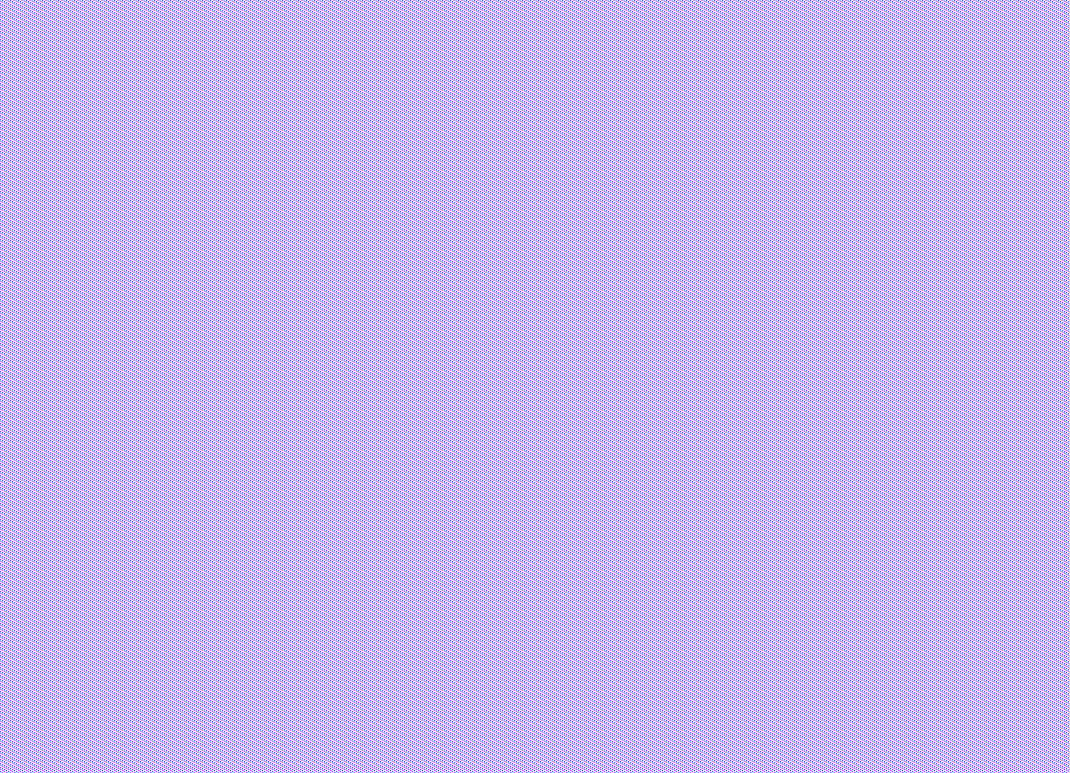
Before: Composition-illustration.drawio.drawio.png, a diagram exported from draw.io (jornmarh/Master). Source tidied: cells renumbered, new cells last; positions are measured from the earlier drawing's top-left corner, leaving out a move shared by most shapes. The source it was exported from:
```xml
<mxGraphModel>
  <root>
    <mxCell id="0" />
    <mxCell id="1" parent="0" />
    <mxCell id="2" style="whiteSpace=wrap;fillColor=#12AAB5;gradientColor=none;gradientDirection=east;strokeColor=none;html=1;fontColor=#23445d;" parent="1" vertex="1">
      <mxGeometry x="99.5" y="610.5" width="120" height="130" as="geometry" />
    </mxCell>
    <mxCell id="3" style="whiteSpace=wrap;fillColor=#12AAB5;gradientColor=none;gradientDirection=east;strokeColor=none;html=1;fontColor=#23445d;" parent="1" vertex="1">
      <mxGeometry x="299.5" y="690.5" width="120" height="50" as="geometry" />
    </mxCell>
    <mxCell id="4" style="whiteSpace=wrap;fillColor=#12AAB5;gradientColor=none;gradientDirection=east;strokeColor=none;html=1;fontColor=#23445d;" parent="1" vertex="1">
      <mxGeometry x="499.5" y="640.5" width="120" height="100" as="geometry" />
    </mxCell>
    <mxCell id="5" style="whiteSpace=wrap;fillColor=#12AAB5;gradientColor=none;gradientDirection=east;strokeColor=none;html=1;fontColor=#23445d;" parent="1" vertex="1">
      <mxGeometry x="699.5" y="570.5" width="120" height="170" as="geometry" />
    </mxCell>
    <mxCell id="6" style="edgeStyle=none;html=1;fontColor=#000000;strokeWidth=3;strokeColor=#000000;" parent="1" edge="1">
      <mxGeometry relative="1" as="geometry">
        <mxPoint x="39.5" y="740.5" as="sourcePoint" />
        <mxPoint x="39.5" y="260.5" as="targetPoint" />
      </mxGeometry>
    </mxCell>
    <mxCell id="7" style="whiteSpace=wrap;fillColor=#F08705;gradientColor=none;gradientDirection=east;strokeColor=none;html=1;fontColor=#23445d;" parent="1" vertex="1">
      <mxGeometry x="99.5" y="480.5" width="120" height="130" as="geometry" />
    </mxCell>
    <mxCell id="8" style="whiteSpace=wrap;fillColor=#E85642;gradientColor=none;gradientDirection=east;strokeColor=none;html=1;fontColor=#23445d;" parent="1" vertex="1">
      <mxGeometry x="99.5" y="350.5" width="120" height="130" as="geometry" />
    </mxCell>
    <mxCell id="9" style="whiteSpace=wrap;fillColor=#F08705;gradientColor=none;gradientDirection=east;strokeColor=none;html=1;fontColor=#23445d;" parent="1" vertex="1">
      <mxGeometry x="299.5" y="530.5" width="120" height="160" as="geometry" />
    </mxCell>
    <mxCell id="10" style="whiteSpace=wrap;fillColor=#E85642;gradientColor=none;gradientDirection=east;strokeColor=none;html=1;fontColor=#23445d;" parent="1" vertex="1">
      <mxGeometry x="299.5" y="500.5" width="120" height="30" as="geometry" />
    </mxCell>
    <mxCell id="11" style="whiteSpace=wrap;fillColor=#F08705;gradientColor=none;gradientDirection=east;strokeColor=none;html=1;fontColor=#23445d;" parent="1" vertex="1">
      <mxGeometry x="499.5" y="480.5" width="120" height="160" as="geometry" />
    </mxCell>
    <mxCell id="12" style="whiteSpace=wrap;fillColor=#E85642;gradientColor=none;gradientDirection=east;strokeColor=none;html=1;fontColor=#23445d;" parent="1" vertex="1">
      <mxGeometry x="499.5" y="300.5" width="120" height="180" as="geometry" />
    </mxCell>
    <mxCell id="13" style="edgeStyle=none;html=1;fontColor=#000000;strokeWidth=3;strokeColor=#000000;" parent="1" edge="1">
      <mxGeometry relative="1" as="geometry">
        <mxPoint x="39.5" y="740.5" as="sourcePoint" />
        <mxPoint x="959.5" y="740.5" as="targetPoint" />
      </mxGeometry>
    </mxCell>
    <mxCell id="14" value="Parameter x" style="text;spacingTop=-5;html=1;fontSize=18;fontStyle=0;strokeColor=none;" parent="1" vertex="1">
      <mxGeometry x="969.5" y="728.5" width="80" height="20" as="geometry" />
    </mxCell>
    <mxCell id="15" value="x1" style="text;spacingTop=-5;align=center;verticalAlign=middle;fontStyle=0;html=1;fontSize=18;strokeColor=none;" parent="1" vertex="1">
      <mxGeometry x="99.5" y="742.5" width="120" height="30" as="geometry" />
    </mxCell>
    <mxCell id="16" value="x2" style="text;spacingTop=-5;align=center;verticalAlign=middle;fontStyle=0;html=1;fontSize=18;strokeColor=none;" parent="1" vertex="1">
      <mxGeometry x="299.5" y="742.5" width="120" height="30" as="geometry" />
    </mxCell>
    <mxCell id="17" value="x3" style="text;spacingTop=-5;align=center;verticalAlign=middle;fontStyle=0;html=1;fontSize=18;strokeColor=none;" parent="1" vertex="1">
      <mxGeometry x="499.5" y="742.5" width="120" height="30" as="geometry" />
    </mxCell>
    <mxCell id="18" style="whiteSpace=wrap;fillColor=#12AAB5;gradientColor=none;gradientDirection=east;strokeColor=none;html=1;fontColor=#23445d;" parent="1" vertex="1">
      <mxGeometry x="859.5" y="140.5" width="35" height="30" as="geometry" />
    </mxCell>
    <mxCell id="19" style="whiteSpace=wrap;fillColor=#F08705;gradientColor=none;gradientDirection=east;strokeColor=none;html=1;fontColor=#23445d;" parent="1" vertex="1">
      <mxGeometry x="859.5" y="100.5" width="35" height="30" as="geometry" />
    </mxCell>
    <mxCell id="20" style="whiteSpace=wrap;fillColor=#E85642;gradientColor=none;gradientDirection=east;strokeColor=none;html=1;fontColor=#23445d;" parent="1" vertex="1">
      <mxGeometry x="859.5" y="60.5" width="35" height="30" as="geometry" />
    </mxCell>
    <mxCell id="21" value="Type 1" style="text;spacingTop=-5;html=1;fontSize=15;" parent="1" vertex="1">
      <mxGeometry x="899.5" y="65.5" width="80" height="20" as="geometry" />
    </mxCell>
    <mxCell id="22" value="Type 2" style="text;spacingTop=-5;html=1;fontSize=15;" parent="1" vertex="1">
      <mxGeometry x="899.5" y="105.5" width="80" height="20" as="geometry" />
    </mxCell>
    <mxCell id="23" value="Type 3" style="text;spacingTop=-5;html=1;fontSize=15;" parent="1" vertex="1">
      <mxGeometry x="899.5" y="145.5" width="80" height="20" as="geometry" />
    </mxCell>
    <mxCell id="24" value="Parameter y" style="text;spacingTop=-5;html=1;fontSize=18;fontStyle=0;" parent="1" vertex="1">
      <mxGeometry x="-0.5" y="231.5" width="80" height="20" as="geometry" />
    </mxCell>
    <mxCell id="25" value="y1" style="text;spacingTop=-5;align=center;verticalAlign=middle;fontStyle=0;html=1;fontSize=18;" parent="1" vertex="1">
      <mxGeometry x="7.5" y="610.5" width="30" height="130" as="geometry" />
    </mxCell>
    <mxCell id="26" value="y2" style="text;spacingTop=-5;align=center;verticalAlign=middle;fontStyle=0;html=1;fontSize=18;" parent="1" vertex="1">
      <mxGeometry x="7.5" y="480.5" width="30" height="130" as="geometry" />
    </mxCell>
    <mxCell id="27" value="y3" style="text;spacingTop=-5;align=center;verticalAlign=middle;fontStyle=0;html=1;fontSize=18;" parent="1" vertex="1">
      <mxGeometry x="7.5" y="350.5" width="30" height="130" as="geometry" />
    </mxCell>
    <mxCell id="28" value="&lt;font style=&quot;font-size: 30px;&quot;&gt;Diagram title&lt;/font&gt;" style="text;spacingTop=-5;align=center;verticalAlign=middle;fontSize=30;fontStyle=1;html=1;" parent="1" vertex="1">
      <mxGeometry x="39.5" y="0.5" width="810" height="45" as="geometry" />
    </mxCell>
    <mxCell id="29" style="whiteSpace=wrap;fillColor=#F08705;gradientColor=none;gradientDirection=east;strokeColor=none;html=1;fontColor=#23445d;" parent="1" vertex="1">
      <mxGeometry x="699.5" y="520.5" width="120" height="50" as="geometry" />
    </mxCell>
    <mxCell id="30" style="whiteSpace=wrap;fillColor=#E85642;gradientColor=none;gradientDirection=east;strokeColor=none;html=1;fontColor=#23445d;" parent="1" vertex="1">
      <mxGeometry x="699.5" y="410.5" width="120" height="110" as="geometry" />
    </mxCell>
    <mxCell id="31" value="x4" style="text;spacingTop=-5;align=center;verticalAlign=middle;fontStyle=0;html=1;fontSize=18;strokeColor=none;" parent="1" vertex="1">
      <mxGeometry x="699.5" y="742.5" width="120" height="30" as="geometry" />
    </mxCell>
  </root>
</mxGraphModel>
```
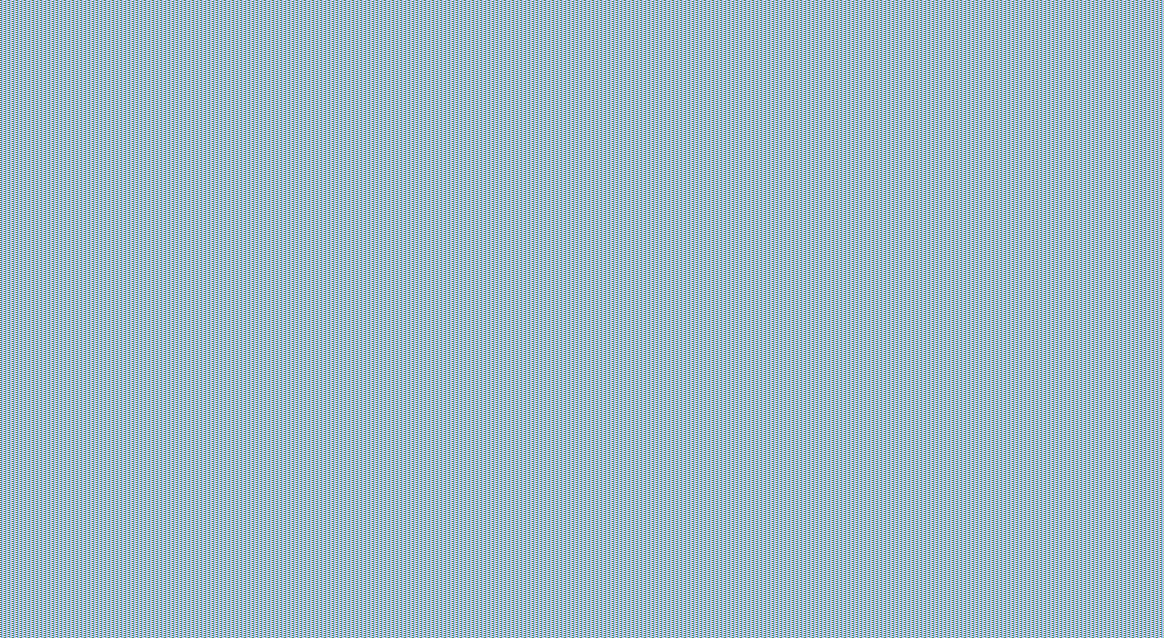
Above is the later version.

The edit, as a diff of the source:
```diff
@@ -3,100 +3,58 @@
     <mxCell id="0" />
     <mxCell id="1" parent="0" />
     <mxCell id="2" style="whiteSpace=wrap;fillColor=#12AAB5;gradientColor=none;gradientDirection=east;strokeColor=none;html=1;fontColor=#23445d;" parent="1" vertex="1">
-      <mxGeometry x="99.5" y="610.5" width="120" height="130" as="geometry" />
+      <mxGeometry x="99.5" y="306" width="120" height="434.5" as="geometry" />
     </mxCell>
-    <mxCell id="3" style="whiteSpace=wrap;fillColor=#12AAB5;gradientColor=none;gradientDirection=east;strokeColor=none;html=1;fontColor=#23445d;" parent="1" vertex="1">
-      <mxGeometry x="299.5" y="690.5" width="120" height="50" as="geometry" />
-    </mxCell>
-    <mxCell id="4" style="whiteSpace=wrap;fillColor=#12AAB5;gradientColor=none;gradientDirection=east;strokeColor=none;html=1;fontColor=#23445d;" parent="1" vertex="1">
-      <mxGeometry x="499.5" y="640.5" width="120" height="100" as="geometry" />
-    </mxCell>
-    <mxCell id="5" style="whiteSpace=wrap;fillColor=#12AAB5;gradientColor=none;gradientDirection=east;strokeColor=none;html=1;fontColor=#23445d;" parent="1" vertex="1">
-      <mxGeometry x="699.5" y="570.5" width="120" height="170" as="geometry" />
-    </mxCell>
     <mxCell id="6" style="edgeStyle=none;html=1;fontColor=#000000;strokeWidth=3;strokeColor=#000000;" parent="1" edge="1">
       <mxGeometry relative="1" as="geometry">
         <mxPoint x="39.5" y="740.5" as="sourcePoint" />
         <mxPoint x="39.5" y="260.5" as="targetPoint" />
       </mxGeometry>
     </mxCell>
-    <mxCell id="7" style="whiteSpace=wrap;fillColor=#F08705;gradientColor=none;gradientDirection=east;strokeColor=none;html=1;fontColor=#23445d;" parent="1" vertex="1">
-      <mxGeometry x="99.5" y="480.5" width="120" height="130" as="geometry" />
-    </mxCell>
-    <mxCell id="8" style="whiteSpace=wrap;fillColor=#E85642;gradientColor=none;gradientDirection=east;strokeColor=none;html=1;fontColor=#23445d;" parent="1" vertex="1">
-      <mxGeometry x="99.5" y="350.5" width="120" height="130" as="geometry" />
-    </mxCell>
     <mxCell id="9" style="whiteSpace=wrap;fillColor=#F08705;gradientColor=none;gradientDirection=east;strokeColor=none;html=1;fontColor=#23445d;" parent="1" vertex="1">
-      <mxGeometry x="299.5" y="530.5" width="120" height="160" as="geometry" />
+      <mxGeometry x="299.5" y="466" width="120" height="274.5" as="geometry" />
     </mxCell>
-    <mxCell id="10" style="whiteSpace=wrap;fillColor=#E85642;gradientColor=none;gradientDirection=east;strokeColor=none;html=1;fontColor=#23445d;" parent="1" vertex="1">
-      <mxGeometry x="299.5" y="500.5" width="120" height="30" as="geometry" />
-    </mxCell>
-    <mxCell id="11" style="whiteSpace=wrap;fillColor=#F08705;gradientColor=none;gradientDirection=east;strokeColor=none;html=1;fontColor=#23445d;" parent="1" vertex="1">
-      <mxGeometry x="499.5" y="480.5" width="120" height="160" as="geometry" />
-    </mxCell>
     <mxCell id="12" style="whiteSpace=wrap;fillColor=#E85642;gradientColor=none;gradientDirection=east;strokeColor=none;html=1;fontColor=#23445d;" parent="1" vertex="1">
-      <mxGeometry x="499.5" y="300.5" width="120" height="180" as="geometry" />
+      <mxGeometry x="499.5" y="466" width="120" height="274.5" as="geometry" />
     </mxCell>
     <mxCell id="13" style="edgeStyle=none;html=1;fontColor=#000000;strokeWidth=3;strokeColor=#000000;" parent="1" edge="1">
       <mxGeometry relative="1" as="geometry">
         <mxPoint x="39.5" y="740.5" as="sourcePoint" />
-        <mxPoint x="959.5" y="740.5" as="targetPoint" />
+        <mxPoint x="1072" y="741" as="targetPoint" />
       </mxGeometry>
     </mxCell>
-    <mxCell id="14" value="Parameter x" style="text;spacingTop=-5;html=1;fontSize=18;fontStyle=0;strokeColor=none;" parent="1" vertex="1">
-      <mxGeometry x="969.5" y="728.5" width="80" height="20" as="geometry" />
-    </mxCell>
-    <mxCell id="15" value="x1" style="text;spacingTop=-5;align=center;verticalAlign=middle;fontStyle=0;html=1;fontSize=18;strokeColor=none;" parent="1" vertex="1">
+    <mxCell id="15" value="Si" style="text;spacingTop=-5;align=center;verticalAlign=middle;fontStyle=0;html=1;fontSize=18;strokeColor=none;" parent="1" vertex="1">
       <mxGeometry x="99.5" y="742.5" width="120" height="30" as="geometry" />
     </mxCell>
-    <mxCell id="16" value="x2" style="text;spacingTop=-5;align=center;verticalAlign=middle;fontStyle=0;html=1;fontSize=18;strokeColor=none;" parent="1" vertex="1">
+    <mxCell id="16" value="Fe" style="text;spacingTop=-5;align=center;verticalAlign=middle;fontStyle=0;html=1;fontSize=18;strokeColor=none;" parent="1" vertex="1">
       <mxGeometry x="299.5" y="742.5" width="120" height="30" as="geometry" />
     </mxCell>
-    <mxCell id="17" value="x3" style="text;spacingTop=-5;align=center;verticalAlign=middle;fontStyle=0;html=1;fontSize=18;strokeColor=none;" parent="1" vertex="1">
+    <mxCell id="17" value="Cr" style="text;spacingTop=-5;align=center;verticalAlign=middle;fontStyle=0;html=1;fontSize=18;strokeColor=none;" parent="1" vertex="1">
       <mxGeometry x="499.5" y="742.5" width="120" height="30" as="geometry" />
     </mxCell>
-    <mxCell id="18" style="whiteSpace=wrap;fillColor=#12AAB5;gradientColor=none;gradientDirection=east;strokeColor=none;html=1;fontColor=#23445d;" parent="1" vertex="1">
-      <mxGeometry x="859.5" y="140.5" width="35" height="30" as="geometry" />
-    </mxCell>
-    <mxCell id="19" style="whiteSpace=wrap;fillColor=#F08705;gradientColor=none;gradientDirection=east;strokeColor=none;html=1;fontColor=#23445d;" parent="1" vertex="1">
-      <mxGeometry x="859.5" y="100.5" width="35" height="30" as="geometry" />
-    </mxCell>
-    <mxCell id="20" style="whiteSpace=wrap;fillColor=#E85642;gradientColor=none;gradientDirection=east;strokeColor=none;html=1;fontColor=#23445d;" parent="1" vertex="1">
-      <mxGeometry x="859.5" y="60.5" width="35" height="30" as="geometry" />
-    </mxCell>
-    <mxCell id="21" value="Type 1" style="text;spacingTop=-5;html=1;fontSize=15;" parent="1" vertex="1">
-      <mxGeometry x="899.5" y="65.5" width="80" height="20" as="geometry" />
-    </mxCell>
-    <mxCell id="22" value="Type 2" style="text;spacingTop=-5;html=1;fontSize=15;" parent="1" vertex="1">
-      <mxGeometry x="899.5" y="105.5" width="80" height="20" as="geometry" />
-    </mxCell>
-    <mxCell id="23" value="Type 3" style="text;spacingTop=-5;html=1;fontSize=15;" parent="1" vertex="1">
-      <mxGeometry x="899.5" y="145.5" width="80" height="20" as="geometry" />
-    </mxCell>
-    <mxCell id="24" value="Parameter y" style="text;spacingTop=-5;html=1;fontSize=18;fontStyle=0;" parent="1" vertex="1">
+    <mxCell id="24" value="&lt;div&gt;Atoms/cell&lt;/div&gt;&lt;div&gt;&lt;br&gt;&lt;/div&gt;" style="text;spacingTop=-5;html=1;fontSize=18;fontStyle=0;" parent="1" vertex="1">
       <mxGeometry x="-0.5" y="231.5" width="80" height="20" as="geometry" />
     </mxCell>
-    <mxCell id="25" value="y1" style="text;spacingTop=-5;align=center;verticalAlign=middle;fontStyle=0;html=1;fontSize=18;" parent="1" vertex="1">
-      <mxGeometry x="7.5" y="610.5" width="30" height="130" as="geometry" />
-    </mxCell>
-    <mxCell id="26" value="y2" style="text;spacingTop=-5;align=center;verticalAlign=middle;fontStyle=0;html=1;fontSize=18;" parent="1" vertex="1">
-      <mxGeometry x="7.5" y="480.5" width="30" height="130" as="geometry" />
+    <mxCell id="26" value="&lt;div&gt;9&lt;/div&gt;" style="text;spacingTop=-5;align=center;verticalAlign=middle;fontStyle=0;html=1;fontSize=18;" parent="1" vertex="1">
+      <mxGeometry x="9.5" y="400.5" width="30" height="130" as="geometry" />
     </mxCell>
-    <mxCell id="27" value="y3" style="text;spacingTop=-5;align=center;verticalAlign=middle;fontStyle=0;html=1;fontSize=18;" parent="1" vertex="1">
-      <mxGeometry x="7.5" y="350.5" width="30" height="130" as="geometry" />
+    <mxCell id="27" value="&lt;div&gt;18&lt;/div&gt;" style="text;spacingTop=-5;align=center;verticalAlign=middle;fontStyle=0;html=1;fontSize=18;" parent="1" vertex="1">
+      <mxGeometry x="9.5" y="236" width="30" height="130" as="geometry" />
     </mxCell>
-    <mxCell id="28" value="&lt;font style=&quot;font-size: 30px;&quot;&gt;Diagram title&lt;/font&gt;" style="text;spacingTop=-5;align=center;verticalAlign=middle;fontSize=30;fontStyle=1;html=1;" parent="1" vertex="1">
-      <mxGeometry x="39.5" y="0.5" width="810" height="45" as="geometry" />
+    <mxCell id="28" value="Atomic distrubiton" style="text;spacingTop=-5;align=center;verticalAlign=middle;fontSize=30;fontStyle=1;html=1;" parent="1" vertex="1">
+      <mxGeometry x="219.5" y="136" width="810" height="45" as="geometry" />
     </mxCell>
     <mxCell id="29" style="whiteSpace=wrap;fillColor=#F08705;gradientColor=none;gradientDirection=east;strokeColor=none;html=1;fontColor=#23445d;" parent="1" vertex="1">
-      <mxGeometry x="699.5" y="520.5" width="120" height="50" as="geometry" />
+      <mxGeometry x="699.5" y="466" width="120" height="274.5" as="geometry" />
     </mxCell>
-    <mxCell id="30" style="whiteSpace=wrap;fillColor=#E85642;gradientColor=none;gradientDirection=east;strokeColor=none;html=1;fontColor=#23445d;" parent="1" vertex="1">
-      <mxGeometry x="699.5" y="410.5" width="120" height="110" as="geometry" />
-    </mxCell>
-    <mxCell id="31" value="x4" style="text;spacingTop=-5;align=center;verticalAlign=middle;fontStyle=0;html=1;fontSize=18;strokeColor=none;" parent="1" vertex="1">
+    <mxCell id="31" value="Co" style="text;spacingTop=-5;align=center;verticalAlign=middle;fontStyle=0;html=1;fontSize=18;strokeColor=none;" parent="1" vertex="1">
       <mxGeometry x="699.5" y="742.5" width="120" height="30" as="geometry" />
     </mxCell>
+    <mxCell id="32" style="whiteSpace=wrap;fillColor=#12AAB5;gradientColor=none;gradientDirection=east;strokeColor=none;html=1;fontColor=#23445d;" parent="1" vertex="1">
+      <mxGeometry x="899.5" y="466" width="120" height="274.5" as="geometry" />
+    </mxCell>
+    <mxCell id="33" value="Element" style="text;spacingTop=-5;html=1;fontSize=18;fontStyle=0;" parent="1" vertex="1">
+      <mxGeometry x="1082" y="740.5" width="80" height="20" as="geometry" />
+    </mxCell>
   </root>
 </mxGraphModel>
```
